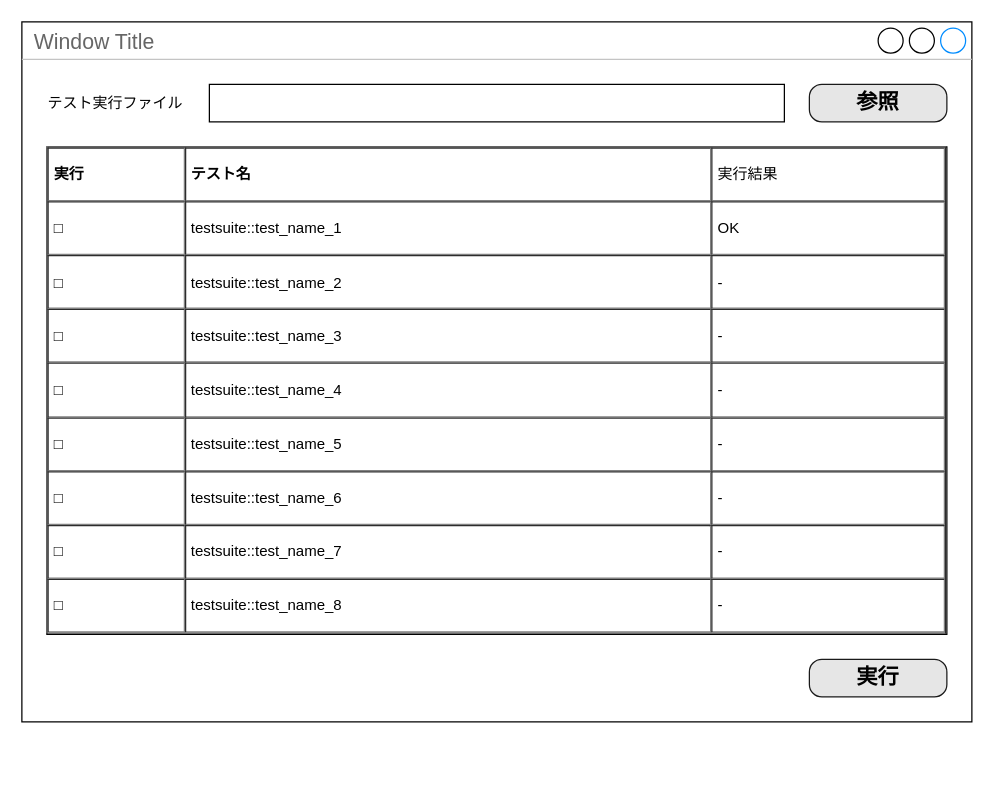
This is page "主ページ" (1 of 3) of doc/gtest_gui_view_layout.drawio from CountrySideEngineer/googletest_gui, a draw.io file, before an edit. Source tidied: cells renumbered, new cells numbered last; positions are measured from the earlier drawing's top-left corner, leaving out a move shared by most shapes. Both pictures are drawn from the tidied source at 125%, with x=0, y=0 at pixel (21, 21).
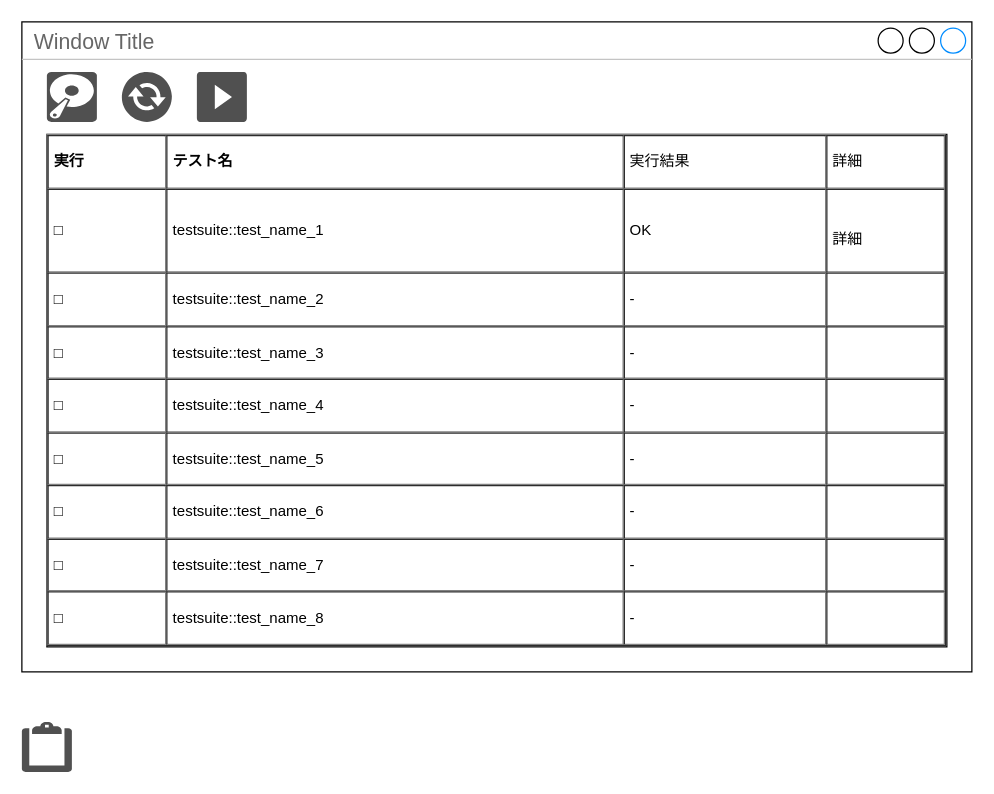
The same page after the edit.

Commit message:
Update view layout design in document.

The edit, as a diff of the source:
```diff
@@
 <mxGraphModel>
   <root>
     <mxCell id="0" />
     <mxCell id="1" parent="0" />
     <mxCell id="2" value="Window Title" style="strokeWidth=1;shadow=0;dashed=0;align=center;html=1;shape=mxgraph.mockup.containers.window;align=left;verticalAlign=top;spacingLeft=8;strokeColor2=#008cff;strokeColor3=#c4c4c4;fontColor=#666666;mainText=;fontSize=17;labelBackgroundColor=none;" parent="1" vertex="1">
-      <mxGeometry width="760" height="560" as="geometry" />
+      <mxGeometry width="760" height="520" as="geometry" />
     </mxCell>
-    <mxCell id="3" style="rounded=0;whiteSpace=wrap;html=1;" parent="1" vertex="1">
-      <mxGeometry x="150" y="50" width="460" height="30" as="geometry" />
-    </mxCell>
-    <mxCell id="4" value="テスト実行ファイル" style="text;html=1;strokeColor=none;fillColor=none;align=center;verticalAlign=middle;whiteSpace=wrap;rounded=0;" parent="1" vertex="1">
-      <mxGeometry x="10" y="50" width="130" height="30" as="geometry" />
-    </mxCell>
-    <mxCell id="5" value="参照" style="strokeWidth=1;shadow=0;dashed=0;align=center;html=1;shape=mxgraph.mockup.buttons.button;strokeColor=#1A1A1A;fontColor=#000000;mainText=;buttonStyle=round;fontSize=17;fontStyle=1;fillColor=#E6E6E6;whiteSpace=wrap;" parent="1" vertex="1">
-      <mxGeometry x="630" y="50" width="110" height="30" as="geometry" />
-    </mxCell>
-    <mxCell id="6" value="実行" style="strokeWidth=1;shadow=0;dashed=0;align=center;html=1;shape=mxgraph.mockup.buttons.button;strokeColor=#1A1A1A;fontColor=#000000;mainText=;buttonStyle=round;fontSize=17;fontStyle=1;fillColor=#E6E6E6;whiteSpace=wrap;" parent="1" vertex="1">
-      <mxGeometry x="630" y="510" width="110" height="30" as="geometry" />
-    </mxCell>
-    <mxCell id="7" value="&lt;table cellpadding=&quot;4&quot; cellspacing=&quot;0&quot; border=&quot;1&quot; style=&quot;font-size: 1em ; width: 100% ; height: 100%&quot;&gt;&lt;tbody&gt;&lt;tr&gt;&lt;th&gt;実行&lt;/th&gt;&lt;th&gt;テスト名&lt;/th&gt;&lt;td&gt;実行結果&lt;/td&gt;&lt;/tr&gt;&lt;tr&gt;&lt;td&gt;□&lt;/td&gt;&lt;td&gt;testsuite::test_name_1&lt;/td&gt;&lt;td&gt;OK&lt;/td&gt;&lt;/tr&gt;&lt;tr&gt;&lt;td&gt;□&lt;/td&gt;&lt;td&gt;testsuite::test_name_2&lt;br&gt;&lt;/td&gt;&lt;td&gt;-&lt;/td&gt;&lt;/tr&gt;&lt;tr&gt;&lt;td&gt;□&lt;/td&gt;&lt;td&gt;testsuite::test_name_3&lt;br&gt;&lt;/td&gt;&lt;td&gt;-&lt;/td&gt;&lt;/tr&gt;&lt;tr&gt;&lt;td&gt;□&lt;/td&gt;&lt;td&gt;testsuite::test_name_4&lt;br&gt;&lt;/td&gt;&lt;td&gt;-&lt;/td&gt;&lt;/tr&gt;&lt;tr&gt;&lt;td&gt;□&lt;br&gt;&lt;/td&gt;&lt;td&gt;testsuite::test_name_5&lt;br&gt;&lt;/td&gt;&lt;td&gt;-&lt;/td&gt;&lt;/tr&gt;&lt;tr&gt;&lt;td&gt;□&lt;br&gt;&lt;/td&gt;&lt;td&gt;testsuite::test_name_6&lt;br&gt;&lt;/td&gt;&lt;td&gt;-&lt;/td&gt;&lt;/tr&gt;&lt;tr&gt;&lt;td&gt;□&lt;br&gt;&lt;/td&gt;&lt;td&gt;testsuite::test_name_7&lt;br&gt;&lt;/td&gt;&lt;td&gt;-&lt;/td&gt;&lt;/tr&gt;&lt;tr&gt;&lt;td&gt;□&lt;br&gt;&lt;/td&gt;&lt;td&gt;testsuite::test_name_8&lt;br&gt;&lt;/td&gt;&lt;td&gt;-&lt;/td&gt;&lt;/tr&gt;&lt;/tbody&gt;&lt;/table&gt;" style="verticalAlign=top;align=left;overflow=fill;fontSize=12;fontFamily=Helvetica;html=1;" parent="1" vertex="1">
-      <mxGeometry x="20" y="100" width="720" height="390" as="geometry" />
+    <mxCell id="7" value="&lt;table cellpadding=&quot;4&quot; cellspacing=&quot;0&quot; border=&quot;1&quot; style=&quot;font-size: 1em ; width: 100% ; height: 100%&quot;&gt;&lt;tbody&gt;&lt;tr&gt;&lt;th&gt;実行&lt;/th&gt;&lt;th&gt;テスト名&lt;/th&gt;&lt;td&gt;実行結果&lt;/td&gt;&lt;td&gt;詳細&lt;/td&gt;&lt;/tr&gt;&lt;tr&gt;&lt;td&gt;□&lt;/td&gt;&lt;td&gt;testsuite::test_name_1&lt;/td&gt;&lt;td&gt;OK&lt;/td&gt;&lt;td&gt;&lt;br&gt;詳細&lt;/td&gt;&lt;/tr&gt;&lt;tr&gt;&lt;td&gt;□&lt;/td&gt;&lt;td&gt;testsuite::test_name_2&lt;br&gt;&lt;/td&gt;&lt;td&gt;-&lt;/td&gt;&lt;td style=&quot;line-height: 100%&quot;&gt;&lt;br&gt;&lt;/td&gt;&lt;/tr&gt;&lt;tr&gt;&lt;td&gt;□&lt;/td&gt;&lt;td&gt;testsuite::test_name_3&lt;br&gt;&lt;/td&gt;&lt;td&gt;-&lt;/td&gt;&lt;td&gt;&lt;br&gt;&lt;/td&gt;&lt;/tr&gt;&lt;tr&gt;&lt;td&gt;□&lt;/td&gt;&lt;td&gt;testsuite::test_name_4&lt;br&gt;&lt;/td&gt;&lt;td&gt;-&lt;/td&gt;&lt;td&gt;&lt;br&gt;&lt;/td&gt;&lt;/tr&gt;&lt;tr&gt;&lt;td&gt;□&lt;br&gt;&lt;/td&gt;&lt;td&gt;testsuite::test_name_5&lt;br&gt;&lt;/td&gt;&lt;td&gt;-&lt;/td&gt;&lt;td&gt;&lt;br&gt;&lt;/td&gt;&lt;/tr&gt;&lt;tr&gt;&lt;td&gt;□&lt;br&gt;&lt;/td&gt;&lt;td&gt;testsuite::test_name_6&lt;br&gt;&lt;/td&gt;&lt;td&gt;-&lt;/td&gt;&lt;td&gt;&lt;br&gt;&lt;/td&gt;&lt;/tr&gt;&lt;tr&gt;&lt;td&gt;□&lt;br&gt;&lt;/td&gt;&lt;td&gt;testsuite::test_name_7&lt;br&gt;&lt;/td&gt;&lt;td&gt;-&lt;/td&gt;&lt;td&gt;&lt;br&gt;&lt;/td&gt;&lt;/tr&gt;&lt;tr&gt;&lt;td&gt;□&lt;br&gt;&lt;/td&gt;&lt;td&gt;testsuite::test_name_8&lt;br&gt;&lt;/td&gt;&lt;td&gt;-&lt;/td&gt;&lt;td&gt;&lt;br&gt;&lt;/td&gt;&lt;/tr&gt;&lt;/tbody&gt;&lt;/table&gt;" style="verticalAlign=top;align=left;overflow=fill;fontSize=12;fontFamily=Helvetica;html=1;whiteSpace=wrap;" parent="1" vertex="1">
+      <mxGeometry x="20" y="90" width="720" height="410" as="geometry" />
     </mxCell>
+    <mxCell id="8" style="shadow=0;dashed=0;html=1;strokeColor=none;fillColor=#505050;labelPosition=center;verticalLabelPosition=bottom;verticalAlign=top;align=center;shape=mxgraph.office.concepts.clipboard;" parent="1" vertex="1">
+      <mxGeometry y="560" width="40" height="40" as="geometry" />
+    </mxCell>
+    <mxCell id="9" style="shadow=0;dashed=0;html=1;strokeColor=none;fillColor=#505050;labelPosition=center;verticalLabelPosition=bottom;verticalAlign=top;align=center;shape=mxgraph.office.communications.exchange_active_sync;" parent="1" vertex="1">
+      <mxGeometry x="80" y="40" width="40" height="40" as="geometry" />
+    </mxCell>
+    <mxCell id="10" style="shadow=0;dashed=0;html=1;strokeColor=none;fillColor=#505050;labelPosition=center;verticalLabelPosition=bottom;verticalAlign=top;align=center;shape=mxgraph.office.concepts.video_play;" parent="1" vertex="1">
+      <mxGeometry x="140" y="40" width="40" height="40" as="geometry" />
+    </mxCell>
+    <mxCell id="11" style="shadow=0;dashed=0;html=1;strokeColor=none;fillColor=#505050;labelPosition=center;verticalLabelPosition=bottom;verticalAlign=top;align=center;shape=mxgraph.office.devices.hard_disk;" parent="1" vertex="1">
+      <mxGeometry x="20" y="40" width="40" height="40" as="geometry" />
+    </mxCell>
   </root>
 </mxGraphModel>
```
